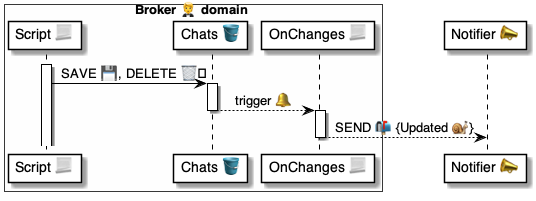
Above: 4 ⚙️ Solution/20 🧑‍🦰 UI/Brokers 🤵/🤵🪣 Broker tables/Binds 🔗 table/🪣🔔 OnBindChanges/🤵 OnBindChanges ⚙️ uml.png in pollyweb-org/pollyweb-docs (PlantUML), before the change. Its source is kept beside it as 4 ⚙️ Solution/20 🧑‍🦰 UI/Brokers 🤵/🤵🪣 Broker tables/Binds 🔗 table/🪣🔔 OnBindChanges/🤵 OnBindChanges ⚙️ uml.puml. Its diagram source:
```plantuml
@startuml OnBindChanges


box Broker 🤵 domain #FFFFFA
    participant "Script 📃" as script
    participant "Chats 🪣" as chats
    participant "OnChanges 📃" as change
end box

participant "Notifier 📣" as notifier


activate script
    script -> chats: SAVE 💾, DELETE 🗑️

activate chats
    chats --> change: trigger 🔔
deactivate chats

activate change
    change --> notifier: SEND 📬 {Updated 🐌}
deactivate change

@enduml
```
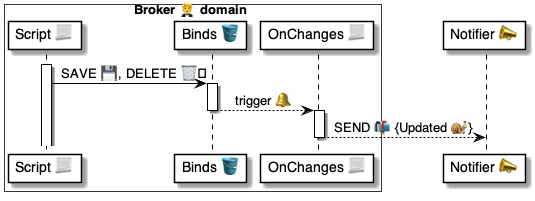
Above is the later version.

Diff of the diagram source:
```diff
@@ -3,7 +3,7 @@
 
 box Broker 🤵 domain #FFFFFA
     participant "Script 📃" as script
-    participant "Chats 🪣" as chats
+    participant "Binds 🪣" as binds
     participant "OnChanges 📃" as change
 end box
 
@@ -11,11 +11,11 @@
 
 
 activate script
-    script -> chats: SAVE 💾, DELETE 🗑️
+    script -> binds: SAVE 💾, DELETE 🗑️
 
-activate chats
-    chats --> change: trigger 🔔
-deactivate chats
+activate binds
+    binds --> change: trigger 🔔
+deactivate binds
 
 activate change
     change --> notifier: SEND 📬 {Updated 🐌}
```
